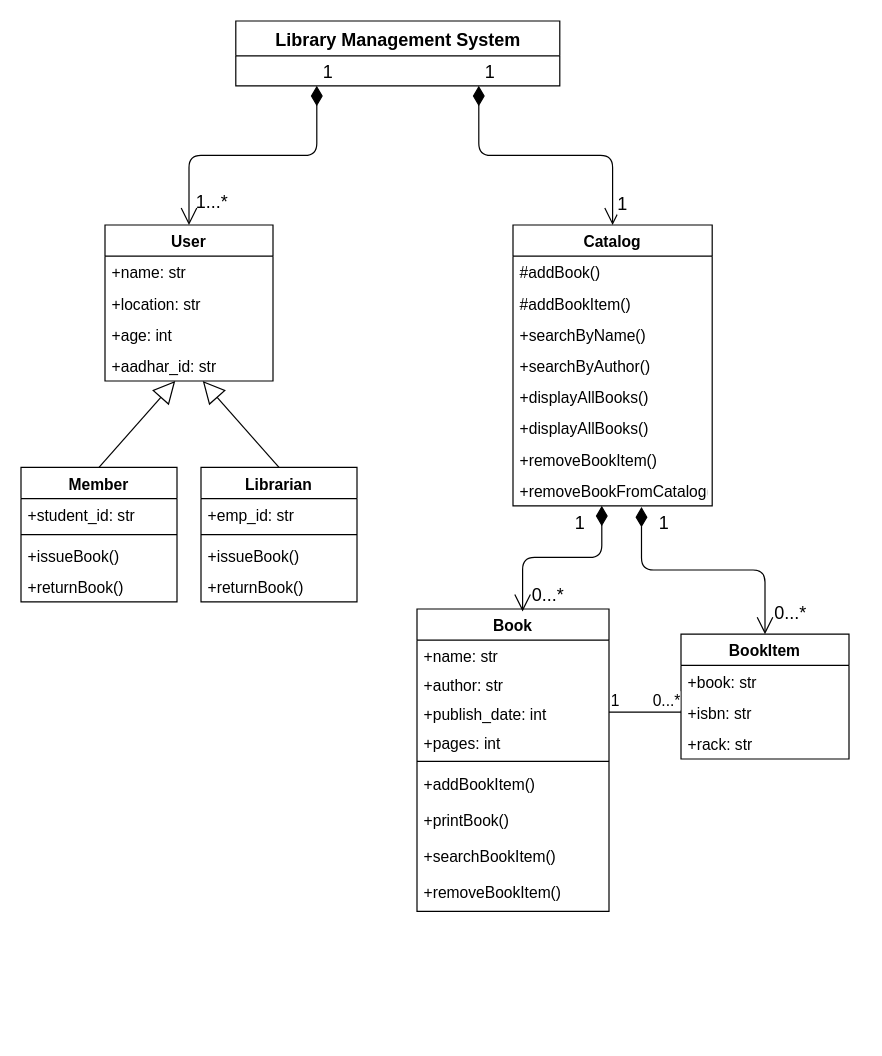
Before: Projects/Project-1- Library Management System/Untitled Diagram.drawio in kaulashish/Edyoda-PY280920, a draw.io diagram. Source tidied: cells renumbered, new cells numbered last; positions are measured from the earlier drawing's top-left corner, leaving out a move shared by most shapes. Both pictures are drawn from the tidied source at 120%, with x=0, y=0 at pixel (20, 20).
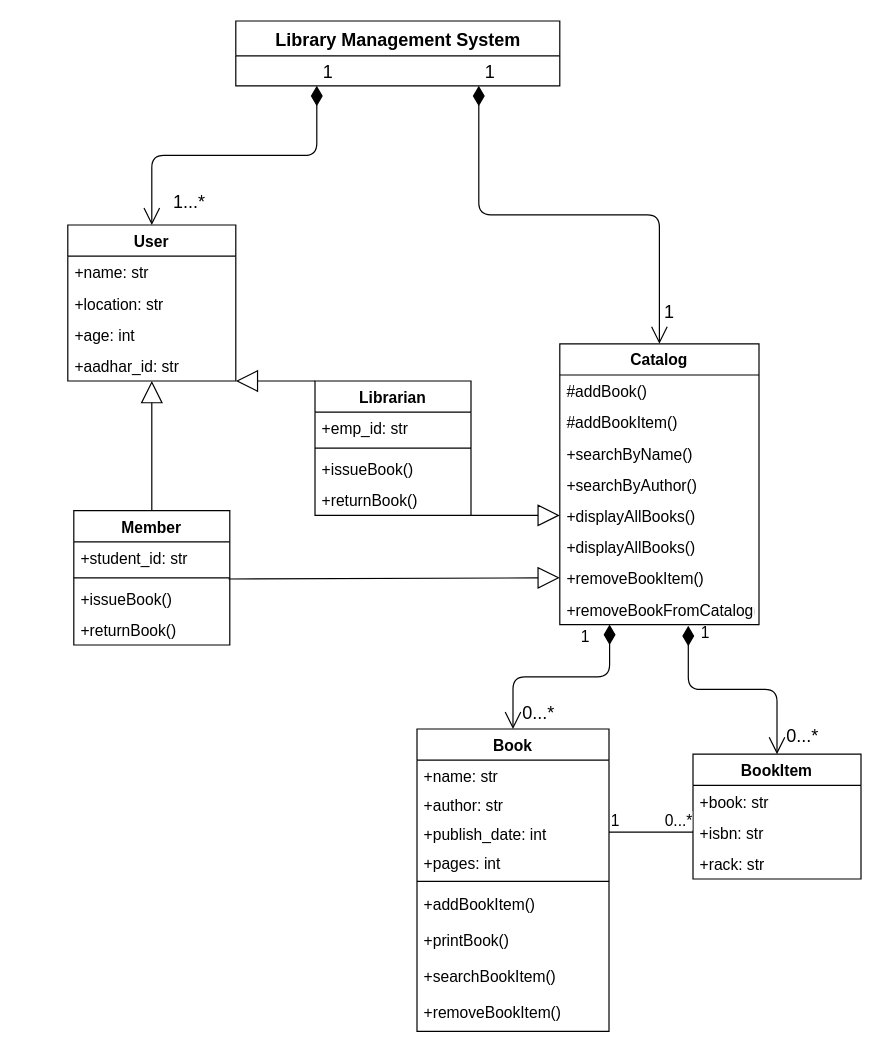
The same page after the edit.

Unchanged cells that the change refers to:
```xml
<mxCell id="20" value="+aadhar_id: str" style="text;strokeColor=none;fillColor=none;align=left;verticalAlign=top;spacingLeft=4;spacingRight=4;overflow=hidden;points=[[0,0.5],[1,0.5]];portConstraint=eastwest;fontSize=13;" parent="16" vertex="1">
  <mxGeometry y="104" width="140" height="26" as="geometry" />
</mxCell>
<mxCell id="23" style="line;strokeWidth=1;fillColor=none;align=left;verticalAlign=middle;spacingTop=-1;spacingLeft=3;spacingRight=3;labelPosition=right;points=[];portConstraint=eastwest;fontSize=13;" parent="21" vertex="1">
  <mxGeometry y="52" width="130" height="8" as="geometry" />
</mxCell>
<mxCell id="36" value="+displayAllBooks()" style="text;strokeColor=none;fillColor=none;align=left;verticalAlign=top;spacingLeft=4;spacingRight=4;overflow=hidden;points=[[0,0.5],[1,0.5]];portConstraint=eastwest;fontSize=13;" parent="31" vertex="1">
  <mxGeometry y="130" width="166" height="26" as="geometry" />
</mxCell>
<mxCell id="38" value="+removeBookItem()" style="text;strokeColor=none;fillColor=none;align=left;verticalAlign=top;spacingLeft=4;spacingRight=4;overflow=hidden;points=[[0,0.5],[1,0.5]];portConstraint=eastwest;fontSize=13;" parent="31" vertex="1">
  <mxGeometry y="182" width="166" height="26" as="geometry" />
</mxCell>
<mxCell id="39" value="+removeBookFromCatalog()" style="text;strokeColor=none;fillColor=none;align=left;verticalAlign=top;spacingLeft=4;spacingRight=4;overflow=hidden;points=[[0,0.5],[1,0.5]];portConstraint=eastwest;fontSize=13;" parent="31" vertex="1">
  <mxGeometry y="208" width="166" height="26" as="geometry" />
</mxCell>
```

What changed in the source:
```diff
@@
     <mxCell id="2" value="Book&#10;" style="swimlane;fontStyle=1;align=center;verticalAlign=top;horizontal=1;startSize=26;fontSize=13;" parent="1" vertex="1">
-      <mxGeometry x="330" y="490" width="160" height="252" as="geometry" />
+      <mxGeometry x="330" y="590" width="160" height="252" as="geometry" />
     </mxCell>
@@
     <mxCell id="12" value="BookItem" style="swimlane;fontStyle=1;horizontal=1;startSize=26;fillColor=none;fontSize=13;" parent="1" vertex="1">
-      <mxGeometry x="550" y="511" width="140" height="104" as="geometry" />
+      <mxGeometry x="560" y="611" width="140" height="104" as="geometry" />
     </mxCell>
@@
     <mxCell id="16" value="User" style="swimlane;fontStyle=1;horizontal=1;startSize=26;fillColor=none;fontSize=13;" parent="1" vertex="1">
-      <mxGeometry x="70" y="170" width="140" height="130" as="geometry" />
+      <mxGeometry x="39" y="170" width="140" height="130" as="geometry" />
     </mxCell>
@@
     <mxCell id="21" value="Member" style="swimlane;fontStyle=1;align=center;verticalAlign=top;horizontal=1;startSize=26;fontSize=13;" parent="1" vertex="1">
-      <mxGeometry y="372" width="130" height="112" as="geometry" />
+      <mxGeometry x="44" y="408" width="130" height="112" as="geometry" />
     </mxCell>
@@
     <mxCell id="26" value="Librarian" style="swimlane;fontStyle=1;align=center;verticalAlign=top;horizontal=1;startSize=26;fontSize=13;" parent="1" vertex="1">
-      <mxGeometry x="150" y="372" width="130" height="112" as="geometry" />
+      <mxGeometry x="245" y="300" width="130" height="112" as="geometry" />
     </mxCell>
@@
     <mxCell id="31" value="Catalog" style="swimlane;fontStyle=1;horizontal=1;startSize=26;fillColor=none;fontSize=13;" parent="1" vertex="1">
-      <mxGeometry x="410" y="170" width="166" height="234" as="geometry" />
+      <mxGeometry x="449" y="269" width="166" height="234" as="geometry" />
     </mxCell>
@@
-    <mxCell id="41" style="endArrow=block;endSize=16;endFill=0;html=1;fontSize=15;exitX=0.5;exitY=0;exitDx=0;exitDy=0;" parent="1" edge="1" source="26" target="20">
+    <mxCell id="41" style="endArrow=block;endSize=16;endFill=0;html=1;fontSize=15;exitX=0;exitY=0;exitDx=0;exitDy=0;entryX=1;entryY=1;entryDx=0;entryDy=0;" parent="1" edge="1" source="26" target="16">
       <mxGeometry relative="1" as="geometry" />
     </mxCell>
@@
     <mxCell id="46" value="1...*" style="text;html=1;align=center;verticalAlign=middle;fontSize=15;" parent="1" vertex="1">
-      <mxGeometry x="139" y="140" width="40" height="20" as="geometry" />
+      <mxGeometry x="120" y="140" width="40" height="20" as="geometry" />
     </mxCell>
-    <mxCell id="47" value="1" style="endArrow=open;html=1;endSize=12;startArrow=diamondThin;startSize=14;startFill=1;edgeStyle=orthogonalEdgeStyle;align=left;verticalAlign=bottom;fontSize=15;entryX=0.55;entryY=0.008;entryDx=0;entryDy=0;entryPerimeter=0;" parent="1" edge="1" source="39" target="2">
-      <mxGeometry x="-0.13" y="-17" relative="1" as="geometry">
-        <Array as="points">
-          <mxPoint x="484" y="447" />
-          <mxPoint x="418" y="447" />
-        </Array>
-      </mxGeometry>
-    </mxCell>
-    <mxCell id="48" value="0...*" style="edgeLabel;html=1;align=center;verticalAlign=middle;fontSize=15;" parent="47" vertex="1">
-      <mxGeometry x="0.87" y="-2" relative="1" as="geometry">
-        <mxPoint x="22" y="-4.5" as="offset" />
-      </mxGeometry>
-    </mxCell>
-    <mxCell id="49" value="1" style="endArrow=open;html=1;endSize=12;startArrow=diamondThin;startSize=14;startFill=1;edgeStyle=orthogonalEdgeStyle;align=left;verticalAlign=bottom;fontSize=15;entryX=0.5;entryY=0;entryDx=0;entryDy=0;exitX=0.645;exitY=1.038;exitDx=0;exitDy=0;exitPerimeter=0;" parent="1" edge="1" source="39" target="12">
-      <mxGeometry x="-0.76" y="13" relative="1" as="geometry" />
+    <mxCell id="49" style="endArrow=open;html=1;endSize=12;startArrow=diamondThin;startSize=14;startFill=1;edgeStyle=orthogonalEdgeStyle;align=left;verticalAlign=bottom;fontSize=15;entryX=0.5;entryY=0;entryDx=0;entryDy=0;exitX=0.645;exitY=1.038;exitDx=0;exitDy=0;exitPerimeter=0;" parent="1" edge="1" source="39" target="12">
+      <mxGeometry x="-0.23" y="12" relative="1" as="geometry" />
     </mxCell>
@@
+    <mxCell id="54" style="endArrow=block;endSize=16;endFill=0;html=1;fontSize=15;exitX=1;exitY=1;exitDx=0;exitDy=0;entryX=0;entryY=0.5;entryDx=0;entryDy=0;" parent="1" edge="1" source="26" target="36">
+      <mxGeometry relative="1" as="geometry" />
+    </mxCell>
+    <mxCell id="55" value="&lt;div&gt;1&lt;/div&gt;" style="text;html=1;align=center;verticalAlign=middle;fontSize=13;" parent="1" vertex="1">
+      <mxGeometry x="560" y="500" width="20" height="20" as="geometry" />
+    </mxCell>
+    <mxCell id="56" style="endArrow=block;endSize=16;endFill=0;html=1;fontSize=15;exitX=0.992;exitY=0.625;exitDx=0;exitDy=0;entryX=0;entryY=0.5;entryDx=0;entryDy=0;exitPerimeter=0;" parent="1" edge="1" source="23" target="38">
+      <mxGeometry relative="1" as="geometry" />
+    </mxCell>
+    <mxCell id="57" style="endArrow=open;html=1;endSize=12;startArrow=diamondThin;startSize=14;startFill=1;edgeStyle=orthogonalEdgeStyle;align=left;verticalAlign=bottom;fontSize=15;entryX=0.5;entryY=0;entryDx=0;entryDy=0;exitX=0.25;exitY=1;exitDx=0;exitDy=0;" parent="1" edge="1" source="31" target="2">
+      <mxGeometry x="-0.23" y="12" relative="1" as="geometry" />
+    </mxCell>
+    <mxCell id="48" value="0...*" style="edgeLabel;html=1;align=center;verticalAlign=middle;fontSize=15;" parent="57" vertex="1">
+      <mxGeometry x="0.87" y="-2" relative="1" as="geometry">
+        <mxPoint x="22" y="-4.5" as="offset" />
+      </mxGeometry>
+    </mxCell>
+    <mxCell id="58" value="&lt;div&gt;1&lt;/div&gt;" style="text;html=1;align=center;verticalAlign=middle;fontSize=13;" parent="1" vertex="1">
+      <mxGeometry x="460" y="503" width="20" height="20" as="geometry" />
+    </mxCell>
```
